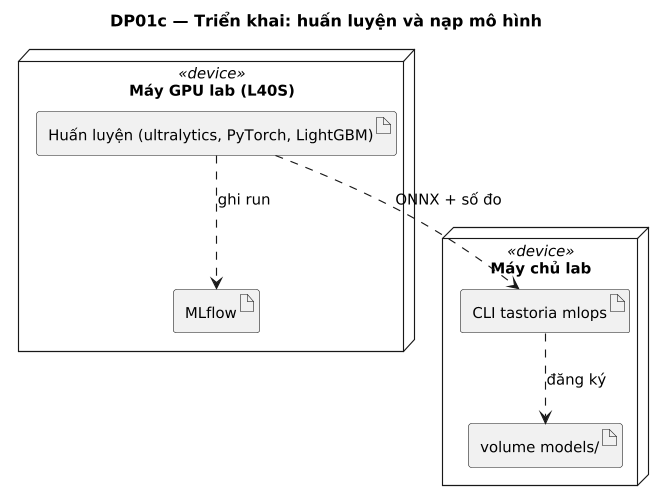
NamBuw/Tastoria keeps this PlantUML diagram as docs/uml/out/deployment/DP01c-huan-luyen-mo-hinh.png. Above is the earlier version.
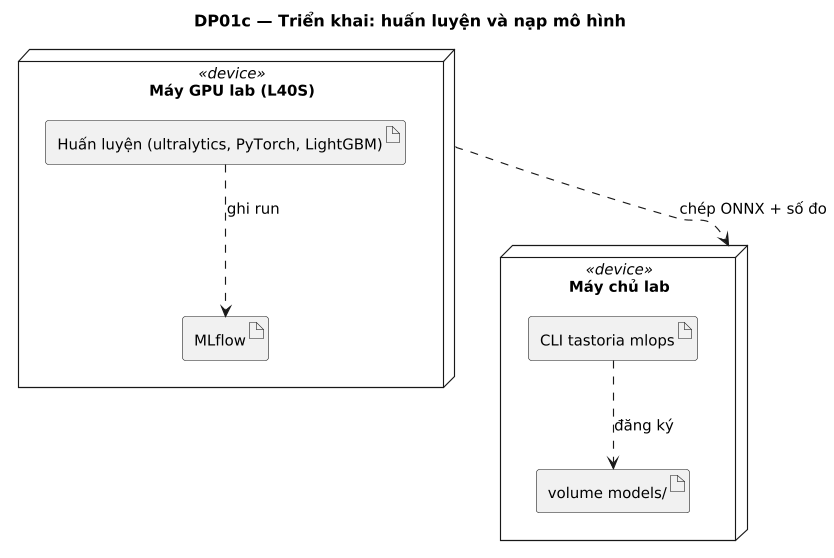
Later version of the same file.

What changed in the source:
```diff
@@ -17,6 +17,6 @@
 }
 
 Train ..> Mlflow : ghi run
-Train ..> Cli : ONNX + số đo
+Gpu ..> Lab : chép ONNX + số đo
 Cli ..> Models : đăng ký
 @enduml
```
